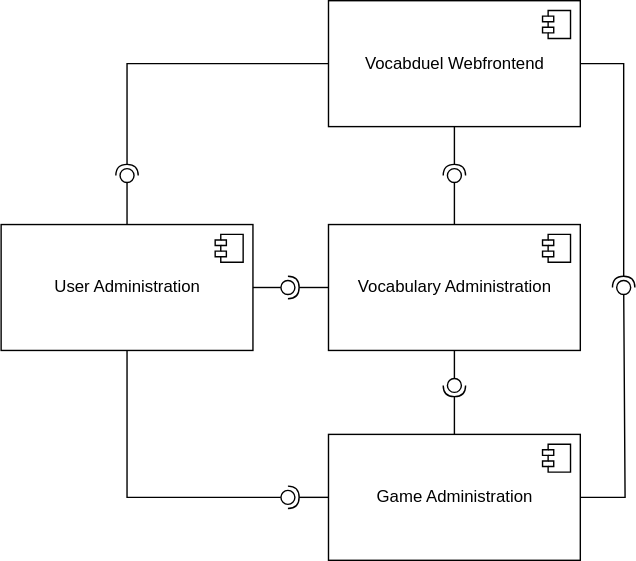
Earlier version of the draw.io export components_diagram.svg (lucaslar/htw-kba-gr7-vocabduel-monorepo). Source tidied: cells renumbered, new cells last; positions are measured from the earlier drawing's top-left corner, leaving out a move shared by most shapes. The source it was exported from:
```xml
<mxGraphModel background="#ffffff">
  <root>
    <mxCell id="0" />
    <mxCell id="1" parent="0" />
    <mxCell id="2" value="User Administration" style="html=1;" parent="1" vertex="1">
      <mxGeometry y="160" width="180" height="90" as="geometry" />
    </mxCell>
    <mxCell id="3" style="shape=module;jettyWidth=8;jettyHeight=4;" parent="2" vertex="1">
      <mxGeometry x="1" width="20" height="20" relative="1" as="geometry">
        <mxPoint x="-27" y="7" as="offset" />
      </mxGeometry>
    </mxCell>
    <mxCell id="4" value="Vocabulary Administration" style="html=1;" parent="1" vertex="1">
      <mxGeometry x="234" y="160" width="180" height="90" as="geometry" />
    </mxCell>
    <mxCell id="5" style="shape=module;jettyWidth=8;jettyHeight=4;" parent="4" vertex="1">
      <mxGeometry x="1" width="20" height="20" relative="1" as="geometry">
        <mxPoint x="-27" y="7" as="offset" />
      </mxGeometry>
    </mxCell>
    <mxCell id="6" value="Game Administration" style="html=1;" parent="1" vertex="1">
      <mxGeometry x="234" y="310" width="180" height="90" as="geometry" />
    </mxCell>
    <mxCell id="7" style="shape=module;jettyWidth=8;jettyHeight=4;" parent="6" vertex="1">
      <mxGeometry x="1" width="20" height="20" relative="1" as="geometry">
        <mxPoint x="-27" y="7" as="offset" />
      </mxGeometry>
    </mxCell>
    <mxCell id="8" value="Vocabduel Webfrontend" style="html=1;" parent="1" vertex="1">
      <mxGeometry x="234" width="180" height="90" as="geometry" />
    </mxCell>
    <mxCell id="9" style="shape=module;jettyWidth=8;jettyHeight=4;" parent="8" vertex="1">
      <mxGeometry x="1" width="20" height="20" relative="1" as="geometry">
        <mxPoint x="-27" y="7" as="offset" />
      </mxGeometry>
    </mxCell>
    <mxCell id="10" style="rounded=0;jettySize=auto;html=1;endArrow=none;endFill=0;exitX=0.5;exitY=0;exitDx=0;exitDy=0;" parent="1" edge="1" source="2" target="12">
      <mxGeometry relative="1" as="geometry" />
    </mxCell>
    <mxCell id="11" style="rounded=0;jettySize=auto;html=1;endArrow=halfCircle;endFill=0;entryX=0.5;entryY=0.5;entryDx=0;entryDy=0;endSize=6;strokeWidth=1;exitX=0;exitY=0.5;exitDx=0;exitDy=0;" parent="1" edge="1" source="8" target="12">
      <mxGeometry relative="1" as="geometry">
        <Array as="points">
          <mxPoint x="90" y="45" />
        </Array>
      </mxGeometry>
    </mxCell>
    <mxCell id="12" style="ellipse;whiteSpace=wrap;html=1;fontFamily=Helvetica;fontSize=12;fontColor=#000000;align=center;strokeColor=#000000;fillColor=#ffffff;points=[];" parent="1" vertex="1">
      <mxGeometry x="85" y="120" width="10" height="10" as="geometry" />
    </mxCell>
    <mxCell id="13" style="rounded=0;jettySize=auto;html=1;endArrow=none;endFill=0;exitX=1;exitY=0.5;exitDx=0;exitDy=0;" parent="1" edge="1" source="6" target="15">
      <mxGeometry relative="1" as="geometry">
        <Array as="points">
          <mxPoint x="446" y="355" />
        </Array>
      </mxGeometry>
    </mxCell>
    <mxCell id="14" style="rounded=0;jettySize=auto;html=1;endArrow=halfCircle;endFill=0;entryX=0.5;entryY=0.5;entryDx=0;entryDy=0;endSize=6;strokeWidth=1;exitX=1;exitY=0.5;exitDx=0;exitDy=0;" parent="1" edge="1" source="8" target="15">
      <mxGeometry relative="1" as="geometry">
        <Array as="points">
          <mxPoint x="445" y="45" />
        </Array>
      </mxGeometry>
    </mxCell>
    <mxCell id="15" style="ellipse;whiteSpace=wrap;html=1;fontFamily=Helvetica;fontSize=12;fontColor=#000000;align=center;strokeColor=#000000;fillColor=#ffffff;points=[];" parent="1" vertex="1">
      <mxGeometry x="440" y="200" width="10" height="10" as="geometry" />
    </mxCell>
    <mxCell id="16" style="rounded=0;jettySize=auto;html=1;endArrow=none;endFill=0;exitX=0.5;exitY=1;exitDx=0;exitDy=0;" parent="1" edge="1" source="4" target="18">
      <mxGeometry relative="1" as="geometry" />
    </mxCell>
    <mxCell id="17" style="rounded=0;jettySize=auto;html=1;endArrow=halfCircle;endFill=0;entryX=0.5;entryY=0.5;entryDx=0;entryDy=0;endSize=6;strokeWidth=1;exitX=0.5;exitY=0;exitDx=0;exitDy=0;" parent="1" edge="1" source="6" target="18">
      <mxGeometry relative="1" as="geometry" />
    </mxCell>
    <mxCell id="18" style="ellipse;whiteSpace=wrap;html=1;fontFamily=Helvetica;fontSize=12;fontColor=#000000;align=center;strokeColor=#000000;fillColor=#ffffff;points=[];" parent="1" vertex="1">
      <mxGeometry x="319" y="270" width="10" height="10" as="geometry" />
    </mxCell>
    <mxCell id="19" style="rounded=0;jettySize=auto;html=1;endArrow=none;endFill=0;exitX=0.5;exitY=1;exitDx=0;exitDy=0;entryX=-0.001;entryY=0.502;entryDx=0;entryDy=0;entryPerimeter=0;" parent="1" edge="1" source="2" target="21">
      <mxGeometry relative="1" as="geometry">
        <Array as="points">
          <mxPoint x="90" y="355" />
        </Array>
      </mxGeometry>
    </mxCell>
    <mxCell id="20" style="rounded=0;jettySize=auto;html=1;endArrow=halfCircle;endFill=0;entryX=0.5;entryY=0.5;entryDx=0;entryDy=0;endSize=6;strokeWidth=1;exitX=0;exitY=0.5;exitDx=0;exitDy=0;" parent="1" edge="1" source="6" target="21">
      <mxGeometry relative="1" as="geometry" />
    </mxCell>
    <mxCell id="21" style="ellipse;whiteSpace=wrap;html=1;fontFamily=Helvetica;fontSize=12;fontColor=#000000;align=center;strokeColor=#000000;fillColor=#ffffff;points=[];" parent="1" vertex="1">
      <mxGeometry x="200" y="350" width="10" height="10" as="geometry" />
    </mxCell>
    <mxCell id="22" style="rounded=0;jettySize=auto;html=1;endArrow=none;endFill=0;exitX=1;exitY=0.5;exitDx=0;exitDy=0;" parent="1" edge="1" source="2" target="24">
      <mxGeometry relative="1" as="geometry" />
    </mxCell>
    <mxCell id="23" style="rounded=0;jettySize=auto;html=1;endArrow=halfCircle;endFill=0;entryX=0.5;entryY=0.5;entryDx=0;entryDy=0;endSize=6;strokeWidth=1;exitX=0;exitY=0.5;exitDx=0;exitDy=0;" parent="1" edge="1" source="4" target="24">
      <mxGeometry relative="1" as="geometry" />
    </mxCell>
    <mxCell id="24" style="ellipse;whiteSpace=wrap;html=1;fontFamily=Helvetica;fontSize=12;fontColor=#000000;align=center;strokeColor=#000000;fillColor=#ffffff;points=[];" parent="1" vertex="1">
      <mxGeometry x="200" y="200" width="10" height="10" as="geometry" />
    </mxCell>
    <mxCell id="25" style="rounded=0;jettySize=auto;html=1;endArrow=none;endFill=0;exitX=0.5;exitY=0;exitDx=0;exitDy=0;" parent="1" edge="1" source="4" target="27">
      <mxGeometry relative="1" as="geometry" />
    </mxCell>
    <mxCell id="26" style="rounded=0;jettySize=auto;html=1;endArrow=halfCircle;endFill=0;entryX=0.5;entryY=0.5;entryDx=0;entryDy=0;endSize=6;strokeWidth=1;exitX=0.5;exitY=1;exitDx=0;exitDy=0;" parent="1" edge="1" source="8" target="27">
      <mxGeometry relative="1" as="geometry" />
    </mxCell>
    <mxCell id="27" style="ellipse;whiteSpace=wrap;html=1;fontFamily=Helvetica;fontSize=12;fontColor=#000000;align=center;strokeColor=#000000;fillColor=#ffffff;points=[];" parent="1" vertex="1">
      <mxGeometry x="319" y="120" width="10" height="10" as="geometry" />
    </mxCell>
  </root>
</mxGraphModel>
```
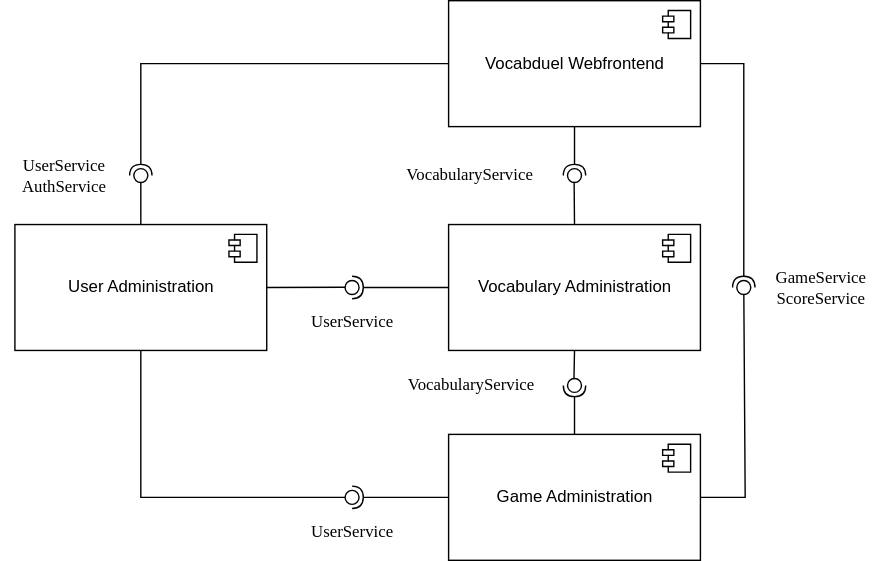
After the change.

Commit message:
Exported new components diagram to scvg.

The edit, as a diff of the source:
```diff
@@ -3,7 +3,7 @@
     <mxCell id="0" />
     <mxCell id="1" parent="0" />
     <mxCell id="2" value="User Administration" style="html=1;" parent="1" vertex="1">
-      <mxGeometry y="160" width="180" height="90" as="geometry" />
+      <mxGeometry x="-76" y="160" width="180" height="90" as="geometry" />
     </mxCell>
     <mxCell id="3" style="shape=module;jettyWidth=8;jettyHeight=4;" parent="2" vertex="1">
       <mxGeometry x="1" width="20" height="20" relative="1" as="geometry">
@@ -40,12 +40,12 @@
     <mxCell id="11" style="rounded=0;jettySize=auto;html=1;endArrow=halfCircle;endFill=0;entryX=0.5;entryY=0.5;entryDx=0;entryDy=0;endSize=6;strokeWidth=1;exitX=0;exitY=0.5;exitDx=0;exitDy=0;" parent="1" edge="1" source="8" target="12">
       <mxGeometry relative="1" as="geometry">
         <Array as="points">
-          <mxPoint x="90" y="45" />
+          <mxPoint x="14" y="45" />
         </Array>
       </mxGeometry>
     </mxCell>
     <mxCell id="12" style="ellipse;whiteSpace=wrap;html=1;fontFamily=Helvetica;fontSize=12;fontColor=#000000;align=center;strokeColor=#000000;fillColor=#ffffff;points=[];" parent="1" vertex="1">
-      <mxGeometry x="85" y="120" width="10" height="10" as="geometry" />
+      <mxGeometry x="9" y="120" width="10" height="10" as="geometry" />
     </mxCell>
     <mxCell id="13" style="rounded=0;jettySize=auto;html=1;endArrow=none;endFill=0;exitX=1;exitY=0.5;exitDx=0;exitDy=0;" parent="1" edge="1" source="6" target="15">
       <mxGeometry relative="1" as="geometry">
@@ -76,7 +76,7 @@
     <mxCell id="19" style="rounded=0;jettySize=auto;html=1;endArrow=none;endFill=0;exitX=0.5;exitY=1;exitDx=0;exitDy=0;entryX=-0.001;entryY=0.502;entryDx=0;entryDy=0;entryPerimeter=0;" parent="1" edge="1" source="2" target="21">
       <mxGeometry relative="1" as="geometry">
         <Array as="points">
-          <mxPoint x="90" y="355" />
+          <mxPoint x="14" y="355" />
         </Array>
       </mxGeometry>
     </mxCell>
@@ -84,7 +84,7 @@
       <mxGeometry relative="1" as="geometry" />
     </mxCell>
     <mxCell id="21" style="ellipse;whiteSpace=wrap;html=1;fontFamily=Helvetica;fontSize=12;fontColor=#000000;align=center;strokeColor=#000000;fillColor=#ffffff;points=[];" parent="1" vertex="1">
-      <mxGeometry x="200" y="350" width="10" height="10" as="geometry" />
+      <mxGeometry x="160" y="350" width="10" height="10" as="geometry" />
     </mxCell>
     <mxCell id="22" style="rounded=0;jettySize=auto;html=1;endArrow=none;endFill=0;exitX=1;exitY=0.5;exitDx=0;exitDy=0;" parent="1" edge="1" source="2" target="24">
       <mxGeometry relative="1" as="geometry" />
@@ -93,7 +93,7 @@
       <mxGeometry relative="1" as="geometry" />
     </mxCell>
     <mxCell id="24" style="ellipse;whiteSpace=wrap;html=1;fontFamily=Helvetica;fontSize=12;fontColor=#000000;align=center;strokeColor=#000000;fillColor=#ffffff;points=[];" parent="1" vertex="1">
-      <mxGeometry x="200" y="200" width="10" height="10" as="geometry" />
+      <mxGeometry x="160" y="200" width="10" height="10" as="geometry" />
     </mxCell>
     <mxCell id="25" style="rounded=0;jettySize=auto;html=1;endArrow=none;endFill=0;exitX=0.5;exitY=0;exitDx=0;exitDy=0;" parent="1" edge="1" source="4" target="27">
       <mxGeometry relative="1" as="geometry" />
@@ -104,5 +104,23 @@
     <mxCell id="27" style="ellipse;whiteSpace=wrap;html=1;fontFamily=Helvetica;fontSize=12;fontColor=#000000;align=center;strokeColor=#000000;fillColor=#ffffff;points=[];" parent="1" vertex="1">
       <mxGeometry x="319" y="120" width="10" height="10" as="geometry" />
     </mxCell>
+    <mxCell id="28" value="&lt;font face=&quot;Lucida Console&quot;&gt;UserService&lt;/font&gt;" style="text;html=1;align=center;verticalAlign=middle;strokeColor=none;" parent="1" vertex="1">
+      <mxGeometry x="120" y="370" width="90" height="20" as="geometry" />
+    </mxCell>
+    <mxCell id="29" value="&lt;font face=&quot;Lucida Console&quot;&gt;UserService&lt;br&gt;AuthService&lt;/font&gt;" style="text;html=1;align=center;verticalAlign=middle;strokeColor=none;" parent="1" vertex="1">
+      <mxGeometry x="-86" y="110" width="90" height="30" as="geometry" />
+    </mxCell>
+    <mxCell id="30" value="&lt;font face=&quot;Lucida Console&quot;&gt;VocabularyService&lt;/font&gt;" style="text;html=1;align=center;verticalAlign=middle;strokeColor=none;" parent="1" vertex="1">
+      <mxGeometry x="180" y="265" width="140" height="20" as="geometry" />
+    </mxCell>
+    <mxCell id="31" value="&lt;font face=&quot;Lucida Console&quot;&gt;UserService&lt;/font&gt;" style="text;html=1;align=center;verticalAlign=middle;strokeColor=none;" parent="1" vertex="1">
+      <mxGeometry x="120" y="220" width="90" height="20" as="geometry" />
+    </mxCell>
+    <mxCell id="32" value="&lt;font face=&quot;Lucida Console&quot;&gt;GameService&lt;br&gt;ScoreService&lt;br&gt;&lt;/font&gt;" style="text;html=1;align=center;verticalAlign=middle;strokeColor=none;" parent="1" vertex="1">
+      <mxGeometry x="450" y="190" width="100" height="30" as="geometry" />
+    </mxCell>
+    <mxCell id="33" value="&lt;font face=&quot;Lucida Console&quot;&gt;VocabularyService&lt;/font&gt;" style="text;html=1;align=center;verticalAlign=middle;strokeColor=none;" parent="1" vertex="1">
+      <mxGeometry x="179" y="115" width="140" height="20" as="geometry" />
+    </mxCell>
   </root>
 </mxGraphModel>
```
